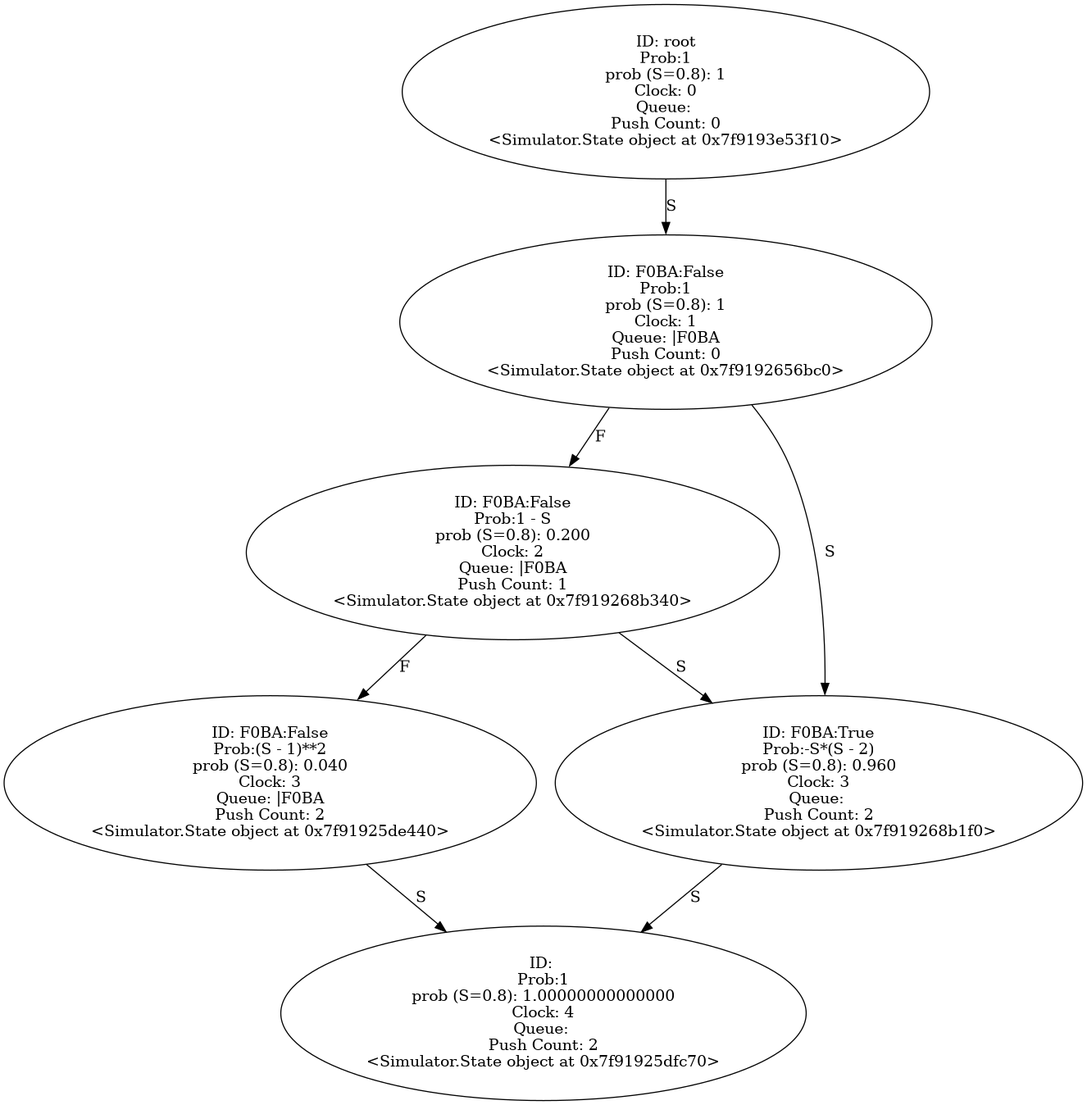
Above: Output/two_pulls.wrp.gv.png in YasinBoloorchi/WARP-Simulator (Graphviz), before the change. Its source is kept beside it as Output/two_pulls.wrp.gv.
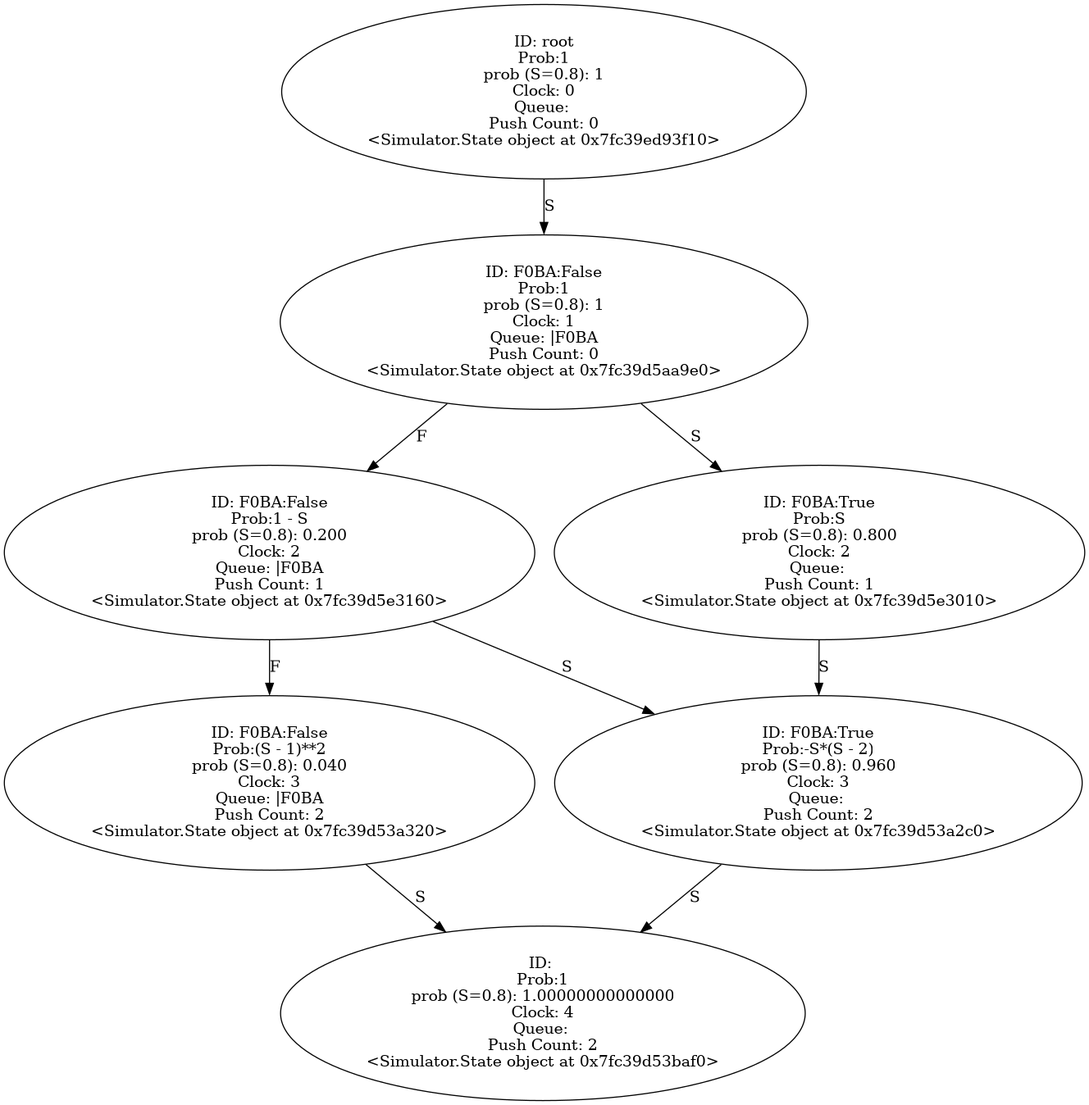
The same file after the commit.

Diff of the diagram source:
```diff
@@ -1,51 +1,59 @@
 digraph "./Output/two_pulls.wrp" {
-	<Simulator.State object at 0x7f9193e53f10> [label="ID: root
+	<Simulator.State object at 0x7fc39ed93f10> [label="ID: root
 Prob:1
 prob (S=0.8): 1
 Clock: 0
 Queue:
 Push Count: 0
-<Simulator.State object at 0x7f9193e53f10>"]
-	<Simulator.State object at 0x7f9193e53f10> -> <Simulator.State object at 0x7f9192656bc0> [label=S]
-	<Simulator.State object at 0x7f9192656bc0> [label="ID: F0BA:False
+<Simulator.State object at 0x7fc39ed93f10>"]
+	<Simulator.State object at 0x7fc39ed93f10> -> <Simulator.State object at 0x7fc39d5aa9e0> [label=S]
+	<Simulator.State object at 0x7fc39d5aa9e0> [label="ID: F0BA:False
 Prob:1
 prob (S=0.8): 1
 Clock: 1
 Queue: |F0BA
 Push Count: 0
-<Simulator.State object at 0x7f9192656bc0>"]
-	<Simulator.State object at 0x7f9192656bc0> -> <Simulator.State object at 0x7f919268b340> [label=F]
-	<Simulator.State object at 0x7f9192656bc0> -> <Simulator.State object at 0x7f919268b1f0> [label=S]
-	<Simulator.State object at 0x7f919268b340> [label="ID: F0BA:False
+<Simulator.State object at 0x7fc39d5aa9e0>"]
+	<Simulator.State object at 0x7fc39d5aa9e0> -> <Simulator.State object at 0x7fc39d5e3160> [label=F]
+	<Simulator.State object at 0x7fc39d5aa9e0> -> <Simulator.State object at 0x7fc39d5e3010> [label=S]
+	<Simulator.State object at 0x7fc39d5e3160> [label="ID: F0BA:False
 Prob:1 - S
 prob (S=0.8): 0.200
 Clock: 2
 Queue: |F0BA
 Push Count: 1
-<Simulator.State object at 0x7f919268b340>"]
-	<Simulator.State object at 0x7f919268b340> -> <Simulator.State object at 0x7f91925de440> [label=F]
-	<Simulator.State object at 0x7f919268b340> -> <Simulator.State object at 0x7f919268b1f0> [label=S]
-	<Simulator.State object at 0x7f919268b1f0> [label="ID: F0BA:True
+<Simulator.State object at 0x7fc39d5e3160>"]
+	<Simulator.State object at 0x7fc39d5e3160> -> <Simulator.State object at 0x7fc39d53a320> [label=F]
+	<Simulator.State object at 0x7fc39d5e3160> -> <Simulator.State object at 0x7fc39d53a2c0> [label=S]
+	<Simulator.State object at 0x7fc39d5e3010> [label="ID: F0BA:True
+Prob:S
+prob (S=0.8): 0.800
+Clock: 2
+Queue:
+Push Count: 1
+<Simulator.State object at 0x7fc39d5e3010>"]
+	<Simulator.State object at 0x7fc39d5e3010> -> <Simulator.State object at 0x7fc39d53a2c0> [label=S]
+	<Simulator.State object at 0x7fc39d53a320> [label="ID: F0BA:False
+Prob:(S - 1)**2
+prob (S=0.8): 0.040
+Clock: 3
+Queue: |F0BA
+Push Count: 2
+<Simulator.State object at 0x7fc39d53a320>"]
+	<Simulator.State object at 0x7fc39d53a320> -> <Simulator.State object at 0x7fc39d53baf0> [label=S]
+	<Simulator.State object at 0x7fc39d53a2c0> [label="ID: F0BA:True
 Prob:-S*(S - 2)
 prob (S=0.8): 0.960
 Clock: 3
 Queue:
 Push Count: 2
-<Simulator.State object at 0x7f919268b1f0>"]
-	<Simulator.State object at 0x7f919268b1f0> -> <Simulator.State object at 0x7f91925dfc70> [label=S]
-	<Simulator.State object at 0x7f91925de440> [label="ID: F0BA:False
-Prob:(S - 1)**2
-prob (S=0.8): 0.040
-Clock: 3
-Queue: |F0BA
-Push Count: 2
-<Simulator.State object at 0x7f91925de440>"]
-	<Simulator.State object at 0x7f91925de440> -> <Simulator.State object at 0x7f91925dfc70> [label=S]
-	<Simulator.State object at 0x7f91925dfc70> [label="ID:
+<Simulator.State object at 0x7fc39d53a2c0>"]
+	<Simulator.State object at 0x7fc39d53a2c0> -> <Simulator.State object at 0x7fc39d53baf0> [label=S]
+	<Simulator.State object at 0x7fc39d53baf0> [label="ID:
 Prob:1
 prob (S=0.8): 1.00000000000000
 Clock: 4
 Queue:
 Push Count: 2
-<Simulator.State object at 0x7f91925dfc70>"]
+<Simulator.State object at 0x7fc39d53baf0>"]
 }
```
